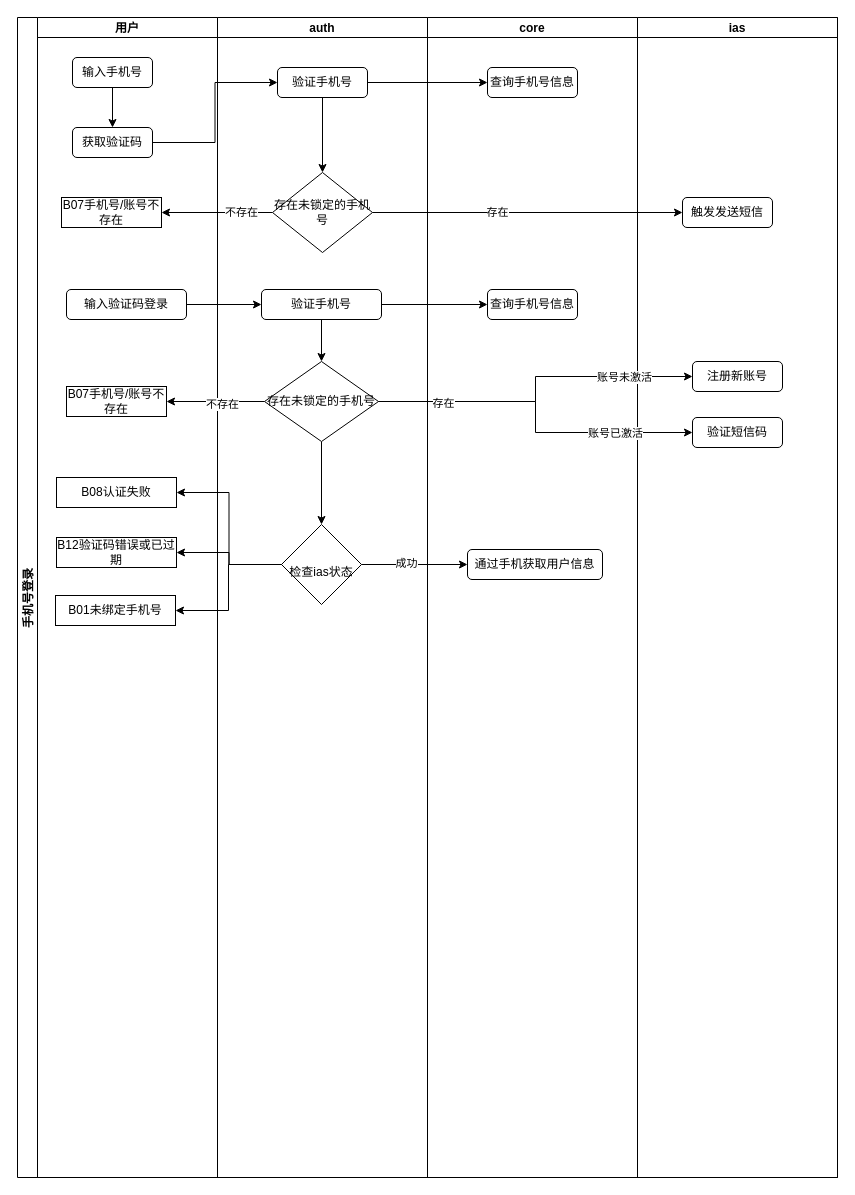
rainerpiao/cloud-computing keeps this draw.io diagram as page "手机号登录流程" (2 of 4) of 智学365登录流程图.drawio. Above is the earlier version. Source tidied: cells renumbered, new cells numbered last; positions are measured from the earlier drawing's top-left corner, leaving out a move shared by most shapes. Both pictures are drawn from the tidied source at 100%, with x=0, y=0 at pixel (17, 17).
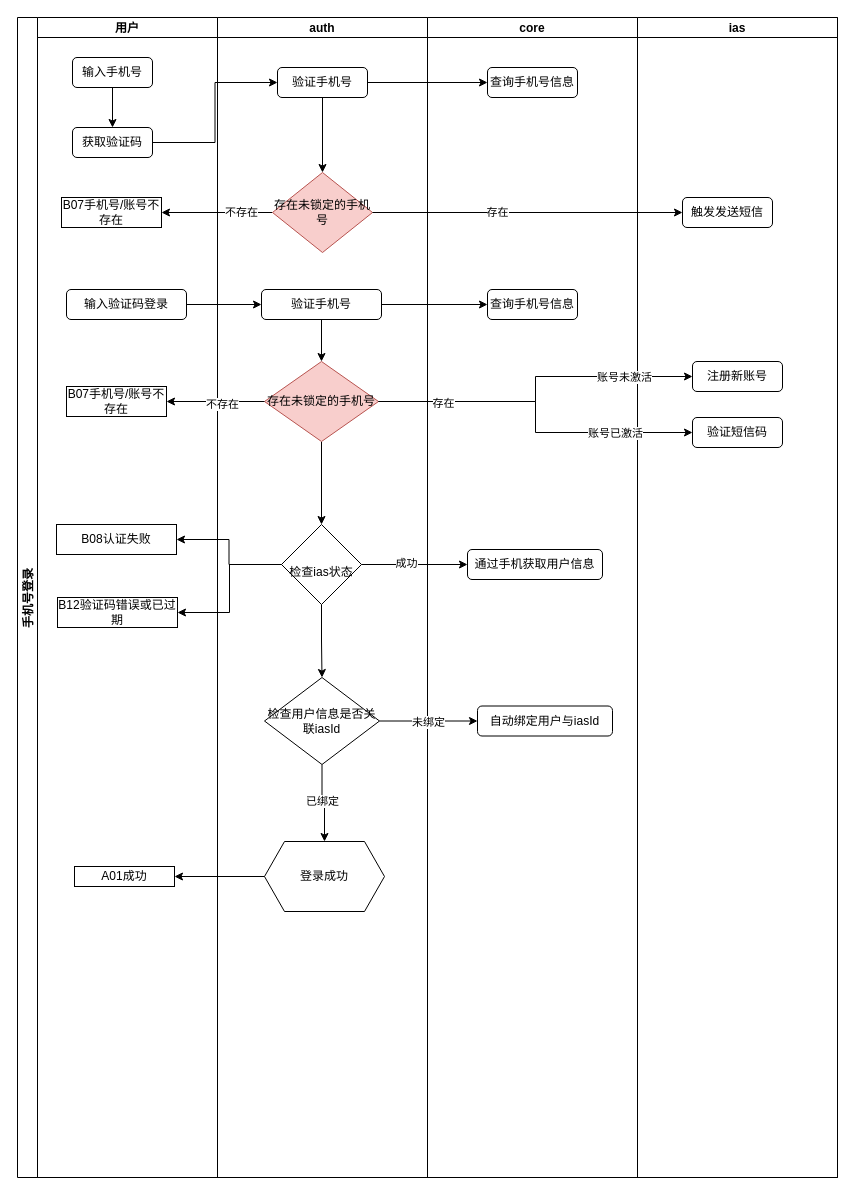
The same page after the edit.

Unchanged cells that the change refers to:
```xml
<mxCell id="3" value="用户" style="swimlane;startSize=20;strokeColor=default;align=center;verticalAlign=middle;fontFamily=Helvetica;fontSize=12;fontColor=default;fontStyle=1;fillColor=default;" parent="2" vertex="1">
  <mxGeometry x="20" width="180" height="1160" as="geometry" />
</mxCell>
<mxCell id="8" value="输入验证码登录" style="rounded=1;whiteSpace=wrap;html=1;" parent="3" vertex="1">
  <mxGeometry x="29" y="272" width="120" height="30" as="geometry" />
</mxCell>
<mxCell id="16" value="auth" style="swimlane;startSize=20;" parent="2" vertex="1">
  <mxGeometry x="200" width="210" height="1160" as="geometry" />
</mxCell>
<mxCell id="19" value="验证手机号" style="rounded=1;whiteSpace=wrap;html=1;" parent="16" vertex="1">
  <mxGeometry x="60" y="50" width="90" height="30" as="geometry" />
</mxCell>
<mxCell id="21" value="验证手机号" style="rounded=1;whiteSpace=wrap;html=1;" parent="16" vertex="1">
  <mxGeometry x="44" y="272" width="120" height="30" as="geometry" />
</mxCell>
<mxCell id="24" value="&lt;br class=&quot;Apple-interchange-newline&quot;&gt;检查ias状态" style="rhombus;whiteSpace=wrap;html=1;shapeInside=1;" parent="16" vertex="1">
  <mxGeometry x="64" y="507" width="80" height="80" as="geometry" />
</mxCell>
<mxCell id="28" value="core" style="swimlane;startSize=20;" parent="2" vertex="1">
  <mxGeometry x="410" width="210" height="1160" as="geometry" />
</mxCell>
<mxCell id="29" value="查询手机号信息" style="rounded=1;whiteSpace=wrap;html=1;" parent="28" vertex="1">
  <mxGeometry x="60" y="50" width="90" height="30" as="geometry" />
</mxCell>
<mxCell id="30" value="查询手机号信息" style="rounded=1;whiteSpace=wrap;html=1;" parent="28" vertex="1">
  <mxGeometry x="60" y="272" width="90" height="30" as="geometry" />
</mxCell>
```

What changed in the source:
```diff
@@
-    <mxCell id="2" value="手机号登录" style="swimlane;startSize=20;horizontal=0;fixedHeader=0;" parent="1" vertex="1">
+    <mxCell id="2" value="手机号登录" style="swimlane;startSize=20;horizontal=0;fixedHeader=0;swimlaneLine=1;align=center;" parent="1" vertex="1">
       <mxGeometry width="820" height="1160" as="geometry" />
     </mxCell>
@@
-    <mxCell id="9" value="B01未绑定手机号" style="rounded=0;whiteSpace=wrap;html=1;" parent="3" vertex="1">
-      <mxGeometry x="18" y="578" width="120" height="30" as="geometry" />
-    </mxCell>
     <mxCell id="10" value="B08认证失败" style="rounded=0;whiteSpace=wrap;html=1;" parent="3" vertex="1">
-      <mxGeometry x="19" y="460" width="120" height="30" as="geometry" />
+      <mxGeometry x="19" y="507" width="120" height="30" as="geometry" />
     </mxCell>
     <mxCell id="11" value="B12验证码错误或已过期" style="rounded=0;whiteSpace=wrap;html=1;" parent="3" vertex="1">
-      <mxGeometry x="19" y="520" width="120" height="30" as="geometry" />
+      <mxGeometry x="20" y="580" width="120" height="30" as="geometry" />
     </mxCell>
@@
+    <mxCell id="50" value="A01成功" style="rounded=0;whiteSpace=wrap;html=1;" parent="3" vertex="1">
+      <mxGeometry x="37" y="849" width="100" height="20" as="geometry" />
+    </mxCell>
@@
+    <mxCell id="25" style="edgeStyle=orthogonalEdgeStyle;rounded=0;jettySize=auto;html=1;entryX=0;entryY=0.5;entryDx=0;entryDy=0;" parent="2" edge="1" source="19" target="29">
+      <mxGeometry relative="1" as="geometry" />
+    </mxCell>
+    <mxCell id="26" style="edgeStyle=orthogonalEdgeStyle;rounded=0;jettySize=auto;html=1;" parent="2" edge="1" source="8" target="21">
+      <mxGeometry relative="1" as="geometry" />
+    </mxCell>
+    <mxCell id="27" style="edgeStyle=orthogonalEdgeStyle;rounded=0;jettySize=auto;html=1;" parent="2" edge="1" source="21" target="30">
+      <mxGeometry relative="1" as="geometry" />
+    </mxCell>
@@
-    <mxCell id="18" value="存在未锁定的手机号" style="rhombus;whiteSpace=wrap;html=1;shapeInside=1;" parent="16" vertex="1">
+    <mxCell id="18" value="存在未锁定的手机号" style="rhombus;whiteSpace=wrap;html=1;shapeInside=1;fillColor=#f8cecc;strokeColor=#b85450;" parent="16" vertex="1">
       <mxGeometry x="55" y="155" width="100" height="80" as="geometry" />
     </mxCell>
@@
-    <mxCell id="23" value="存在未锁定的手机号" style="rhombus;whiteSpace=wrap;html=1;shapeInside=1;" parent="16" vertex="1">
+    <mxCell id="23" value="存在未锁定的手机号" style="rhombus;whiteSpace=wrap;html=1;shapeInside=1;fillColor=#f8cecc;strokeColor=#b85450;" parent="16" vertex="1">
       <mxGeometry x="47" y="344" width="114" height="80" as="geometry" />
     </mxCell>
+    <mxCell id="51" style="edgeStyle=orthogonalEdgeStyle;rounded=0;jettySize=auto;html=1;" parent="16" edge="1" source="24" target="54">
+      <mxGeometry relative="1" as="geometry" />
+    </mxCell>
@@
-    <mxCell id="25" style="edgeStyle=orthogonalEdgeStyle;rounded=0;jettySize=auto;html=1;entryX=0;entryY=0.5;entryDx=0;entryDy=0;" parent="2" edge="1" source="19" target="29">
-      <mxGeometry relative="1" as="geometry" />
-    </mxCell>
-    <mxCell id="26" style="edgeStyle=orthogonalEdgeStyle;rounded=0;jettySize=auto;html=1;" parent="2" edge="1" source="8" target="21">
-      <mxGeometry relative="1" as="geometry" />
-    </mxCell>
-    <mxCell id="27" style="edgeStyle=orthogonalEdgeStyle;rounded=0;jettySize=auto;html=1;" parent="2" edge="1" source="21" target="30">
-      <mxGeometry relative="1" as="geometry" />
-    </mxCell>
+    <mxCell id="52" style="edgeStyle=orthogonalEdgeStyle;rounded=0;jettySize=auto;html=1;" parent="16" edge="1" source="54" target="55">
+      <mxGeometry relative="1" as="geometry" />
+    </mxCell>
+    <mxCell id="53" value="已绑定" style="edgeLabel;html=1;align=center;verticalAlign=middle;" parent="52" vertex="1">
+      <mxGeometry x="-0.1" relative="1" as="geometry" />
+    </mxCell>
+    <mxCell id="54" value="检查用户信息是否关联iasId" style="rhombus;whiteSpace=wrap;html=1;shapeInside=1;" parent="16" vertex="1">
+      <mxGeometry x="47" y="660" width="115" height="87" as="geometry" />
+    </mxCell>
+    <mxCell id="55" value="登录成功" style="shape=hexagon;perimeter=hexagonPerimeter2;whiteSpace=wrap;html=1;shapeInside=1;fixedSize=1;" parent="16" vertex="1">
+      <mxGeometry x="47" y="824" width="120" height="70" as="geometry" />
+    </mxCell>
@@
+    <mxCell id="56" value="自动绑定用户与iasId" style="rounded=1;whiteSpace=wrap;html=1;" parent="28" vertex="1">
+      <mxGeometry x="50" y="688.5" width="135" height="30" as="geometry" />
+    </mxCell>
@@
-    <mxCell id="44" style="edgeStyle=orthogonalEdgeStyle;rounded=0;jettySize=auto;html=1;entryX=1;entryY=0.5;entryDx=0;entryDy=0;" parent="2" edge="1" source="24" target="9">
-      <mxGeometry relative="1" as="geometry" />
-    </mxCell>
@@
+    <mxCell id="57" style="edgeStyle=orthogonalEdgeStyle;rounded=0;jettySize=auto;html=1;" parent="2" edge="1" source="54" target="56">
+      <mxGeometry relative="1" as="geometry" />
+    </mxCell>
+    <mxCell id="58" value="未绑定" style="edgeLabel;html=1;align=center;verticalAlign=middle;" parent="57" vertex="1">
+      <mxGeometry x="-0.02" y="-1" relative="1" as="geometry" />
+    </mxCell>
+    <mxCell id="59" style="edgeStyle=orthogonalEdgeStyle;rounded=0;jettySize=auto;html=1;entryX=1;entryY=0.5;entryDx=0;entryDy=0;" parent="2" edge="1" source="55" target="50">
+      <mxGeometry relative="1" as="geometry" />
+    </mxCell>
```
